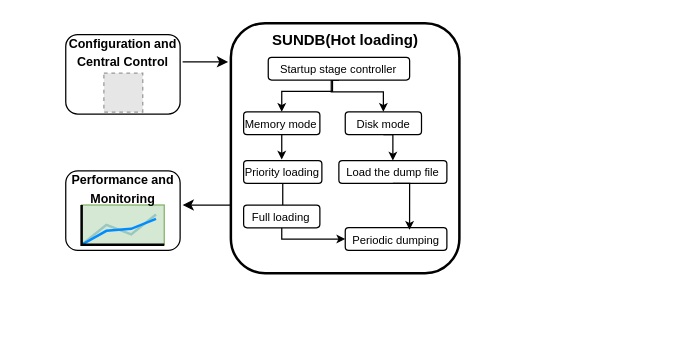
Earlier version of the draw.io diagram architecture.drawio (zybzyb-123/ZYB). Source tidied: cells renumbered, new cells numbered last; positions are measured from the earlier drawing's top-left corner, leaving out a move shared by most shapes. Both pictures are drawn from the tidied source at 125%, with x=0, y=0 at pixel (59, 22). Pictures stored in the file or linked from it are replaced by grey dashed boxes.
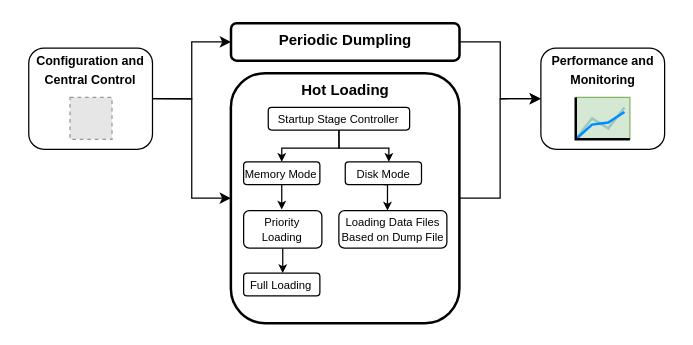
The same diagram, later.

What changed in the source:
```diff
@@
     <mxCell id="2" style="group;html=1;convertToSvg=1;" parent="1" vertex="1">
-      <mxGeometry width="320" height="200" as="geometry" />
+      <mxGeometry width="320.1" height="200" as="geometry" />
     </mxCell>
     <mxCell id="3" style="rounded=1;whiteSpace=wrap;html=1;strokeWidth=2;fontSize=12;" parent="2" vertex="1">
-      <mxGeometry x="137.2" width="182.8" height="200" as="geometry" />
+      <mxGeometry x="137.2" y="40" width="182.8" height="200" as="geometry" />
     </mxCell>
-    <mxCell id="4" value="&lt;b&gt;SUNDB(Hot loading)&lt;/b&gt;" style="text;html=1;align=center;verticalAlign=middle;whiteSpace=wrap;rounded=0;" parent="2" vertex="1">
-      <mxGeometry x="162.6" width="132.1" height="27.3" as="geometry" />
+    <mxCell id="4" value="&lt;b&gt;Hot Loading&lt;/b&gt;" style="text;html=1;align=center;verticalAlign=middle;whiteSpace=wrap;rounded=0;" parent="2" vertex="1">
+      <mxGeometry x="162.6" y="40" width="132.1" height="27.3" as="geometry" />
     </mxCell>
-    <mxCell id="5" style="edgeStyle=orthogonalEdgeStyle;rounded=0;jettySize=auto;html=1;exitX=0.5;exitY=1;exitDx=0;exitDy=0;entryX=0.5;entryY=0;entryDx=0;entryDy=0;endSize=4;startSize=3;" parent="2" edge="1" source="7" target="9">
+    <mxCell id="5" style="edgeStyle=orthogonalEdgeStyle;rounded=0;jettySize=auto;html=1;exitX=0.5;exitY=1;exitDx=0;exitDy=0;entryX=0.5;entryY=0;entryDx=0;entryDy=0;endSize=4;" parent="2" edge="1" source="7" target="9">
       <mxGeometry relative="1" as="geometry">
         <Array as="points">
-          <mxPoint x="218.5" y="45.5" />
-          <mxPoint x="218.5" y="54.5" />
-          <mxPoint x="177.9" y="54.5" />
+          <mxPoint x="224" y="100" />
+          <mxPoint x="178" y="100" />
         </Array>
       </mxGeometry>
     </mxCell>
-    <mxCell id="6" style="edgeStyle=orthogonalEdgeStyle;rounded=0;jettySize=auto;html=1;entryX=0.5;entryY=0;entryDx=0;entryDy=0;endSize=4;startSize=3;" parent="2" edge="1" target="11">
-      <mxGeometry relative="1" as="geometry">
-        <mxPoint x="217.5" y="45.5" as="sourcePoint" />
-        <Array as="points">
-          <mxPoint x="218" y="55" />
-          <mxPoint x="260" y="55" />
-          <mxPoint x="260" y="71" />
-        </Array>
-      </mxGeometry>
-    </mxCell>
-    <mxCell id="7" value="&lt;font style=&quot;font-size: 9px;&quot;&gt;Startup stage controller&lt;/font&gt;" style="rounded=1;whiteSpace=wrap;html=1;" parent="2" vertex="1">
-      <mxGeometry x="167.1" y="27.3" width="113.1" height="18.2" as="geometry" />
+    <mxCell id="7" value="&lt;font style=&quot;font-size: 9px;&quot;&gt;Startup Stage Controller&lt;/font&gt;" style="rounded=1;whiteSpace=wrap;html=1;" parent="2" vertex="1">
+      <mxGeometry x="167.1" y="67.3" width="113.1" height="18.2" as="geometry" />
     </mxCell>
@@
-    <mxCell id="9" value="&lt;font style=&quot;font-size: 9px;&quot;&gt;Memory mode&lt;/font&gt;" style="rounded=1;whiteSpace=wrap;html=1;fontSize=10;" parent="2" vertex="1">
-      <mxGeometry x="147.4" y="71" width="61" height="18.2" as="geometry" />
+    <mxCell id="9" value="&lt;font style=&quot;font-size: 9px;&quot;&gt;Memory Mode&lt;/font&gt;" style="rounded=1;whiteSpace=wrap;html=1;fontSize=10;" parent="2" vertex="1">
+      <mxGeometry x="147.4" y="111" width="61" height="18.2" as="geometry" />
     </mxCell>
-    <mxCell id="10" style="edgeStyle=orthogonalEdgeStyle;rounded=0;jettySize=auto;html=1;exitX=0.5;exitY=1;exitDx=0;exitDy=0;entryX=0.5;entryY=0;entryDx=0;entryDy=0;endSize=4;" parent="2" edge="1" source="11" target="17">
-      <mxGeometry relative="1" as="geometry" />
-    </mxCell>
-    <mxCell id="11" value="&lt;font style=&quot;font-size: 9px;&quot;&gt;Disk mode&lt;/font&gt;" style="rounded=1;whiteSpace=wrap;html=1;fontSize=10;" parent="2" vertex="1">
-      <mxGeometry x="228.7" y="71" width="61" height="18.2" as="geometry" />
+    <mxCell id="11" value="&lt;font style=&quot;font-size: 9px;&quot;&gt;Disk Mode&lt;/font&gt;" style="rounded=1;whiteSpace=wrap;html=1;fontSize=10;" parent="2" vertex="1">
+      <mxGeometry x="228.7" y="111" width="61" height="18.2" as="geometry" />
     </mxCell>
@@
-    <mxCell id="13" value="&lt;font style=&quot;font-size: 9px;&quot;&gt;Priority loading&lt;/font&gt;" style="rounded=1;whiteSpace=wrap;html=1;fontSize=10;" parent="2" vertex="1">
-      <mxGeometry x="147.4" y="110" width="62.6" height="18.2" as="geometry" />
+    <mxCell id="13" value="&lt;font style=&quot;font-size: 9px;&quot;&gt;Priority Loading&lt;/font&gt;" style="rounded=1;whiteSpace=wrap;html=1;fontSize=10;" parent="2" vertex="1">
+      <mxGeometry x="147.4" y="150" width="62.6" height="30" as="geometry" />
     </mxCell>
-    <mxCell id="14" style="edgeStyle=orthogonalEdgeStyle;rounded=0;jettySize=auto;html=1;exitX=0.5;exitY=1;exitDx=0;exitDy=0;entryX=0;entryY=0.5;entryDx=0;entryDy=0;endSize=4;" parent="2" edge="1" source="15" target="16">
-      <mxGeometry relative="1" as="geometry">
-        <Array as="points">
-          <mxPoint x="178" y="173" />
-          <mxPoint x="228" y="173" />
-        </Array>
-      </mxGeometry>
-    </mxCell>
-    <mxCell id="15" value="&lt;font style=&quot;font-size: 9px;&quot;&gt;Full loading&lt;/font&gt;" style="rounded=1;whiteSpace=wrap;html=1;fontSize=10;" parent="2" vertex="1">
-      <mxGeometry x="147.4" y="145.5" width="61" height="18.2" as="geometry" />
+    <mxCell id="15" value="&lt;font style=&quot;font-size: 9px;&quot;&gt;Full Loading&lt;/font&gt;" style="rounded=1;whiteSpace=wrap;html=1;fontSize=10;" parent="2" vertex="1">
+      <mxGeometry x="147.4" y="200" width="61" height="18.2" as="geometry" />
     </mxCell>
-    <mxCell id="16" value="&lt;font style=&quot;font-size: 9px;&quot;&gt;Periodic dumping&lt;/font&gt;" style="rounded=1;whiteSpace=wrap;html=1;fontSize=10;" parent="2" vertex="1">
-      <mxGeometry x="228.7" y="163.6" width="81.3" height="18.2" as="geometry" />
-    </mxCell>
-    <mxCell id="17" value="&lt;font style=&quot;font-size: 9px;&quot;&gt;Load the dump file&lt;/font&gt;" style="rounded=1;whiteSpace=wrap;html=1;fontSize=10;" parent="2" vertex="1">
-      <mxGeometry x="223.6" y="110" width="86.4" height="18.2" as="geometry" />
+    <mxCell id="17" value="&lt;font style=&quot;font-size: 9px;&quot;&gt;Loading Data Files Based on Dump File&lt;/font&gt;" style="rounded=1;whiteSpace=wrap;html=1;fontSize=10;" parent="2" vertex="1">
+      <mxGeometry x="223.6" y="150" width="86.4" height="30" as="geometry" />
     </mxCell>
+    <mxCell id="27" style="group;" parent="2" vertex="1">
+      <mxGeometry x="-30" y="20" width="110" height="80.9" as="geometry" />
+    </mxCell>
+    <mxCell id="22" style="rounded=1;whiteSpace=wrap;html=1;" parent="27" vertex="1">
+      <mxGeometry x="5.5" width="99" height="80.9" as="geometry" />
+    </mxCell>
+    <mxCell id="24" value="&lt;font style=&quot;font-size: 10px;&quot;&gt;Configuration and Central Control&lt;/font&gt;" style="text;html=1;align=center;verticalAlign=middle;whiteSpace=wrap;rounded=0;fontStyle=1;" parent="27" vertex="1">
+      <mxGeometry width="110" height="34.7" as="geometry" />
+    </mxCell>
+    <mxCell id="25" style="fillColor=#E6E6E6;strokeColor=#999999;dashed=1;verticalLabelPosition=bottom;verticalAlign=top;" parent="27" vertex="1">
+      <mxGeometry x="38.5" y="39.3" width="33.6" height="33.6" as="geometry" />
+    </mxCell>
+    <mxCell id="28" style="rounded=1;whiteSpace=wrap;html=1;strokeWidth=2;fontSize=12;" parent="2" vertex="1">
+      <mxGeometry x="137.3" width="182.8" height="30" as="geometry" />
+    </mxCell>
+    <mxCell id="29" value="&lt;b&gt;Periodic Dumpling&lt;/b&gt;" style="text;html=1;align=center;verticalAlign=middle;whiteSpace=wrap;rounded=0;" parent="2" vertex="1">
+      <mxGeometry x="162.6" width="132.1" height="27.3" as="geometry" />
+    </mxCell>
+    <mxCell id="30" style="edgeStyle=orthogonalEdgeStyle;rounded=0;jettySize=auto;html=1;exitX=1;exitY=0.5;exitDx=0;exitDy=0;entryX=0;entryY=0.5;entryDx=0;entryDy=0;" parent="2" edge="1" source="22" target="28">
+      <mxGeometry relative="1" as="geometry" />
+    </mxCell>
+    <mxCell id="23" style="edgeStyle=orthogonalEdgeStyle;rounded=0;jettySize=auto;html=1;exitX=1;exitY=0.5;exitDx=0;exitDy=0;" parent="2" edge="1" source="22" target="3">
+      <mxGeometry relative="1" as="geometry" />
+    </mxCell>
+    <mxCell id="31" style="edgeStyle=orthogonalEdgeStyle;rounded=0;jettySize=auto;html=1;exitX=0.5;exitY=1;exitDx=0;exitDy=0;entryX=0.572;entryY=0;entryDx=0;entryDy=0;entryPerimeter=0;endSize=4;" parent="2" edge="1" source="7" target="11">
+      <mxGeometry relative="1" as="geometry">
+        <Array as="points">
+          <mxPoint x="224" y="100" />
+          <mxPoint x="264" y="100" />
+        </Array>
+      </mxGeometry>
+    </mxCell>
+    <mxCell id="10" style="edgeStyle=orthogonalEdgeStyle;rounded=0;jettySize=auto;html=1;exitX=0.5;exitY=1;exitDx=0;exitDy=0;entryX=0.45;entryY=-0.002;entryDx=0;entryDy=0;entryPerimeter=0;endSize=4;" parent="2" edge="1" source="11" target="17">
+      <mxGeometry relative="1" as="geometry" />
+    </mxCell>
+    <mxCell id="32" style="group;" parent="1" vertex="1">
+      <mxGeometry x="380" y="20" width="110" height="80.9" as="geometry" />
+    </mxCell>
-    <mxCell id="18" style="rounded=1;whiteSpace=wrap;html=1;" parent="2" vertex="1">
-      <mxGeometry x="5.1" y="118.2" width="91.5" height="63.6" as="geometry" />
+    <mxCell id="18" style="rounded=1;whiteSpace=wrap;html=1;" parent="32" vertex="1">
+      <mxGeometry x="5.2" width="99" height="80.9" as="geometry" />
     </mxCell>
-    <mxCell id="19" style="verticalLabelPosition=bottom;shadow=0;dashed=0;align=center;html=1;verticalAlign=top;strokeWidth=1;shape=mxgraph.mockup.graphics.lineChart;strokeColor=#82b366;strokeColor2=#000000;strokeColor3=#008CFF;strokeColor4=#9AC7BF;fillColor=#d5e8d4;" parent="2" vertex="1">
-      <mxGeometry x="17.8" y="145.5" width="66.1" height="31.8" as="geometry" />
+    <mxCell id="19" style="verticalLabelPosition=bottom;shadow=0;dashed=0;align=center;html=1;verticalAlign=top;strokeWidth=1;shape=mxgraph.mockup.graphics.lineChart;strokeColor=#82b366;strokeColor2=#000000;strokeColor3=#008CFF;strokeColor4=#9AC7BF;fillColor=#d5e8d4;" parent="32" vertex="1">
+      <mxGeometry x="33.1" y="39.4" width="43.3" height="33.5" as="geometry" />
     </mxCell>
-    <mxCell id="20" style="endArrow=classic;html=1;rounded=0;" parent="2" edge="1">
-      <mxGeometry relative="1" as="geometry">
-        <mxPoint x="137.2" y="145.5" as="sourcePoint" />
-        <mxPoint x="98.6" y="145.5" as="targetPoint" />
-      </mxGeometry>
-    </mxCell>
-    <mxCell id="21" value="&lt;font style=&quot;font-size: 10px;&quot;&gt;Performance and Monitoring&lt;/font&gt;" style="text;html=1;align=center;verticalAlign=middle;whiteSpace=wrap;rounded=0;fontStyle=1;" parent="2" vertex="1">
-      <mxGeometry y="118.2" width="101.6" height="27.3" as="geometry" />
+    <mxCell id="21" value="&lt;font style=&quot;font-size: 10px;&quot;&gt;Performance and Monitoring&lt;/font&gt;" style="text;html=1;align=center;verticalAlign=middle;whiteSpace=wrap;rounded=0;fontStyle=1;" parent="32" vertex="1">
+      <mxGeometry width="110" height="34.7" as="geometry" />
     </mxCell>
-    <mxCell id="22" style="rounded=1;whiteSpace=wrap;html=1;" parent="2" vertex="1">
-      <mxGeometry x="5.1" y="9.1" width="91.5" height="63.6" as="geometry" />
-    </mxCell>
-    <mxCell id="23" style="endArrow=classic;html=1;rounded=0;entryX=-0.012;entryY=0.155;entryDx=0;entryDy=0;entryPerimeter=0;exitX=1.022;exitY=0.343;exitDx=0;exitDy=0;exitPerimeter=0;" parent="2" edge="1" source="22" target="3">
-      <mxGeometry relative="1" as="geometry" />
-    </mxCell>
-    <mxCell id="24" value="&lt;font style=&quot;font-size: 10px;&quot;&gt;Configuration and Central Control&lt;/font&gt;" style="text;html=1;align=center;verticalAlign=middle;whiteSpace=wrap;rounded=0;fontStyle=1;" parent="2" vertex="1">
-      <mxGeometry y="9.1" width="101.6" height="27.3" as="geometry" />
-    </mxCell>
-    <mxCell id="25" style="fillColor=#E6E6E6;strokeColor=#999999;dashed=1;verticalLabelPosition=bottom;verticalAlign=top;" parent="2" vertex="1">
-      <mxGeometry x="35.6" y="40" width="31.1" height="31.1" as="geometry" />
-    </mxCell>
-    <mxCell id="26" style="edgeStyle=orthogonalEdgeStyle;rounded=0;jettySize=auto;html=1;exitX=0.5;exitY=1;exitDx=0;exitDy=0;entryX=0.633;entryY=0.099;entryDx=0;entryDy=0;entryPerimeter=0;endSize=4;startSize=4;" parent="2" edge="1" source="17" target="16">
-      <mxGeometry relative="1" as="geometry" />
-    </mxCell>
+    <mxCell id="33" style="edgeStyle=orthogonalEdgeStyle;rounded=0;jettySize=auto;html=1;exitX=1;exitY=0.5;exitDx=0;exitDy=0;entryX=0;entryY=0.5;entryDx=0;entryDy=0;" parent="1" edge="1" source="28" target="18">
+      <mxGeometry relative="1" as="geometry" />
+    </mxCell>
+    <mxCell id="34" style="edgeStyle=orthogonalEdgeStyle;rounded=0;jettySize=auto;html=1;exitX=1;exitY=0.5;exitDx=0;exitDy=0;entryX=0;entryY=0.5;entryDx=0;entryDy=0;" parent="1" edge="1" source="3" target="18">
+      <mxGeometry relative="1" as="geometry" />
+    </mxCell>
```
